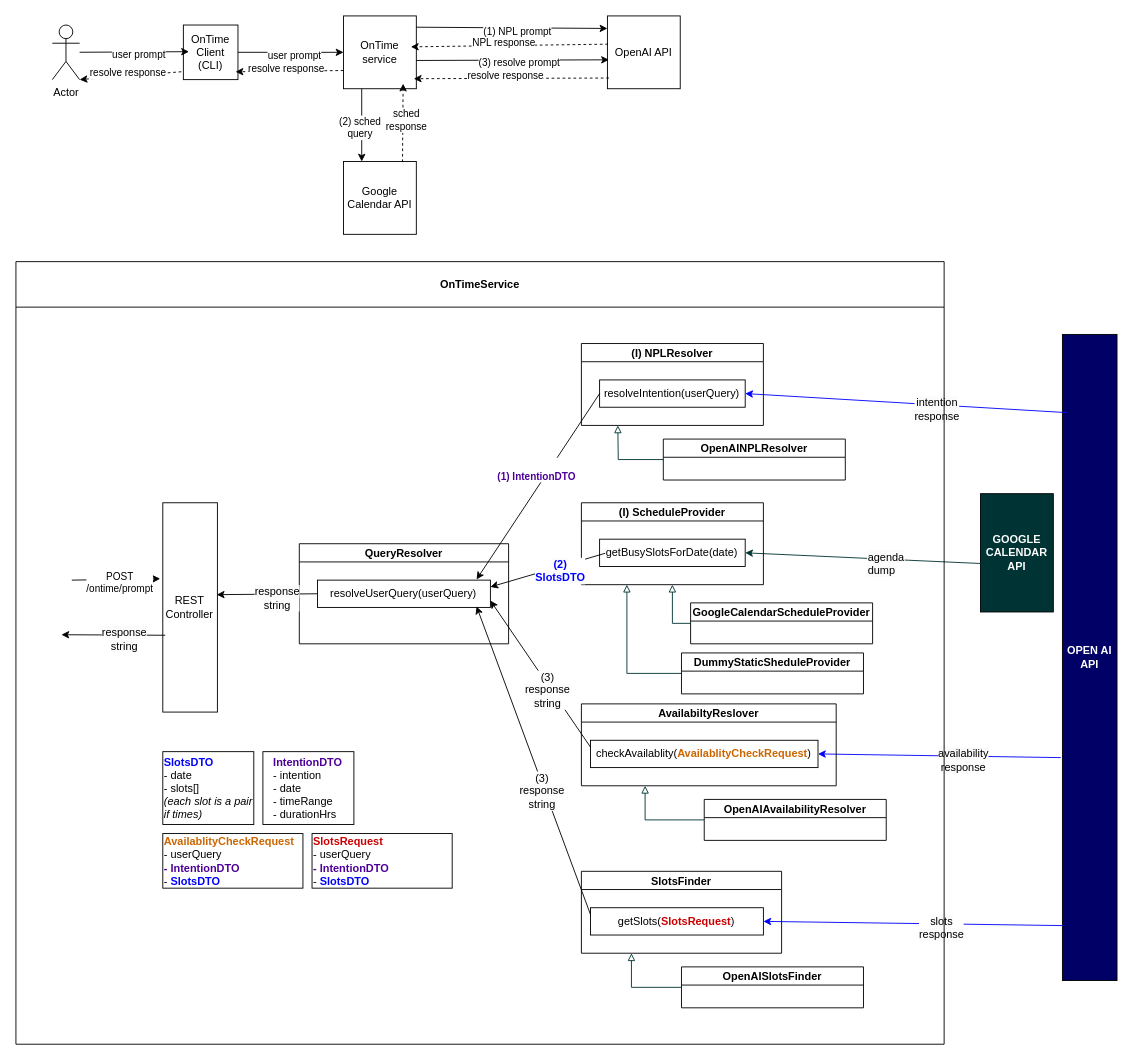
Above: drawio/ontime_design.drawio in pazbardanl/ontime (draw.io), before the change. Source tidied: cells renumbered, new cells numbered last; positions are measured from the earlier drawing's top-left corner, leaving out a move shared by most shapes. Both pictures are drawn from the tidied source at 91%, with x=0, y=0 at pixel (15, 15).
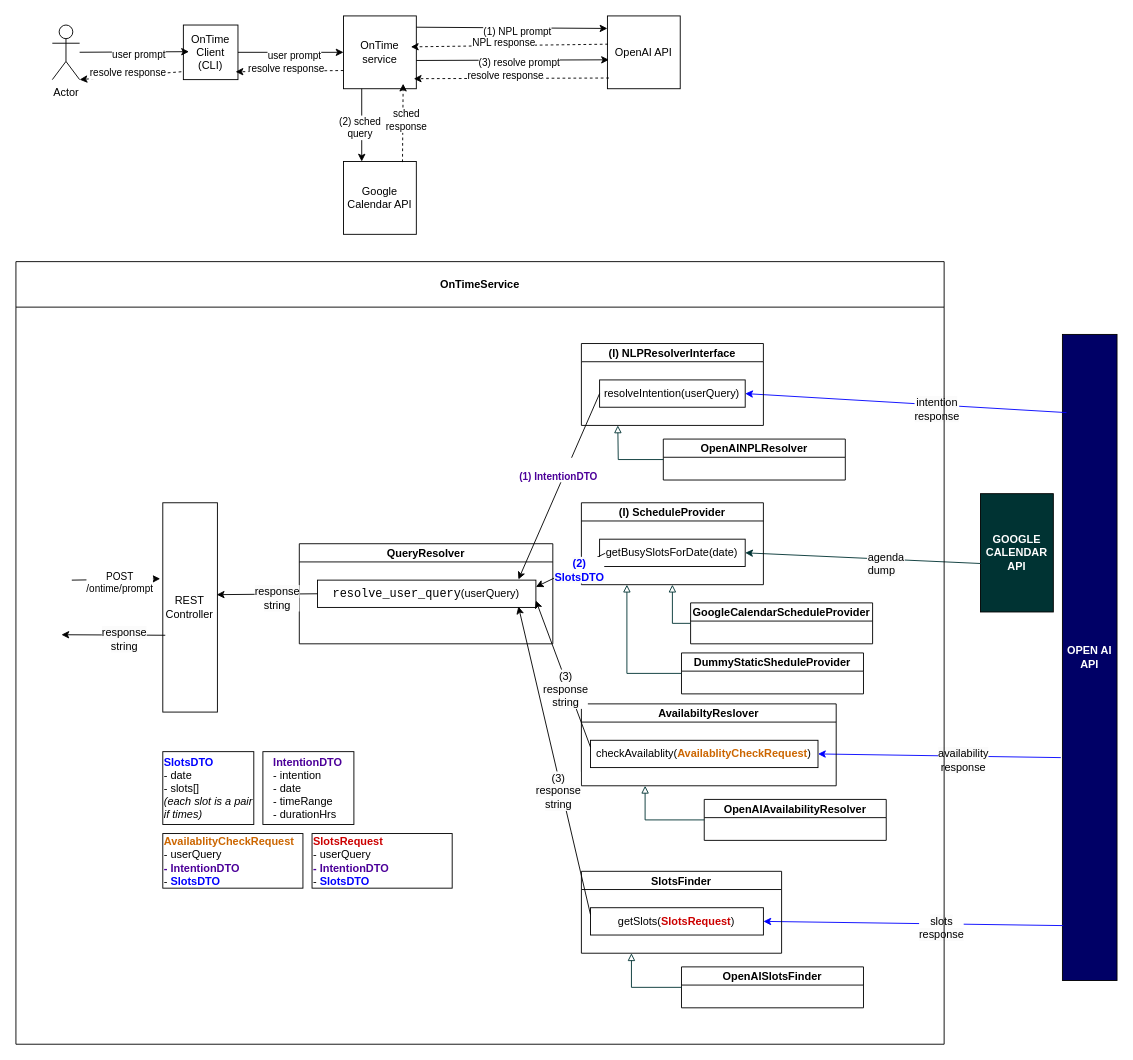
After the change.

The change refers to these unchanged cells:
```xml
<mxCell id="37" value="OnTimeService" style="swimlane;startSize=50;" parent="1" vertex="1">
  <mxGeometry y="270" width="1020" height="860" as="geometry" />
</mxCell>
```

What changed in the source:
```diff
@@
     <mxCell id="41" value="QueryResolver" style="swimlane;startSize=20;fontStyle=1;" parent="37" vertex="1">
-      <mxGeometry x="311.4" y="310" width="230" height="110" as="geometry" />
+      <mxGeometry x="311.4" y="310" width="278.6" height="110" as="geometry" />
     </mxCell>
-    <mxCell id="42" value="resolveUserQuery(userQuery)" style="rounded=0;whiteSpace=wrap;html=1;" parent="41" vertex="1">
-      <mxGeometry x="20" y="40" width="190" height="30" as="geometry" />
+    <mxCell id="42" value="&lt;span style=&quot;background-color: rgb(255, 255, 255); font-family: &amp;quot;Courier New&amp;quot;; font-size: 9.8pt;&quot;&gt;resolve_user_query&lt;/span&gt;(userQuery)" style="rounded=0;whiteSpace=wrap;html=1;" parent="41" vertex="1">
+      <mxGeometry x="20" y="40" width="240" height="30" as="geometry" />
     </mxCell>
-    <mxCell id="43" value="(I) NPLResolver" style="swimlane;startSize=20;fontStyle=1;" parent="37" vertex="1">
+    <mxCell id="43" value="(I) NLPResolverInterface" style="swimlane;startSize=20;fontStyle=1;" parent="37" vertex="1">
       <mxGeometry x="621.4" y="90" width="200" height="90" as="geometry" />
     </mxCell>
```
